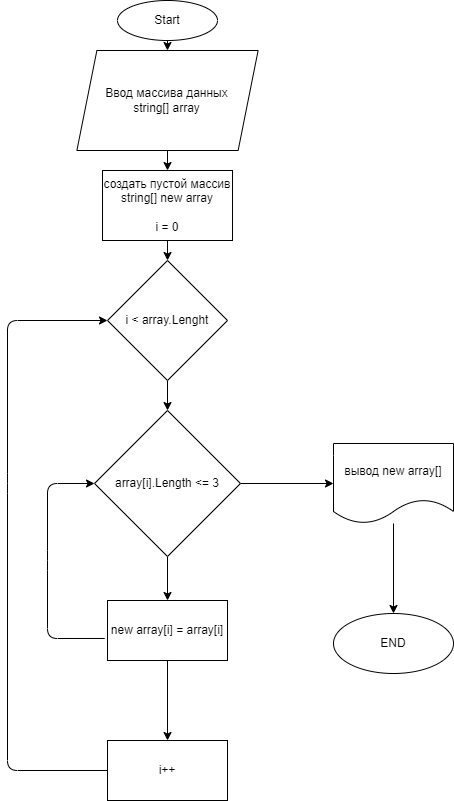
Above: diagram.drawio.png in EvgeniyTi/test_gb (draw.io), before the change. Source tidied: cells renumbered, new cells last; positions are measured from the earlier drawing's top-left corner, leaving out a move shared by most shapes.
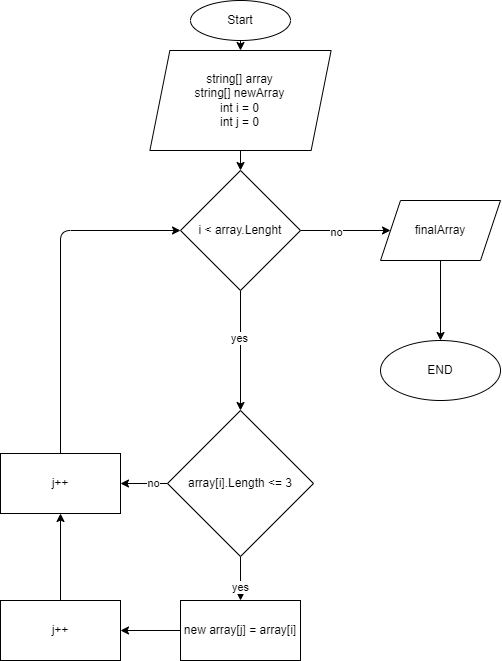
After the change.

Change to the diagram source:
```diff
@@ -8,71 +8,76 @@
     <mxCell id="3" value="Start" style="ellipse;whiteSpace=wrap;html=1;" parent="1" vertex="1">
       <mxGeometry x="110" width="100" height="40" as="geometry" />
     </mxCell>
-    <mxCell id="4" style="edgeStyle=none;html=1;" parent="1" edge="1" source="5" target="7">
-      <mxGeometry relative="1" as="geometry" />
+    <mxCell id="4" style="edgeStyle=none;html=1;" parent="1" edge="1" source="5">
+      <mxGeometry relative="1" as="geometry">
+        <mxPoint x="160" y="170" as="targetPoint" />
+      </mxGeometry>
     </mxCell>
-    <mxCell id="5" value="Ввод массива данных&lt;br&gt;string[] array" style="shape=parallelogram;perimeter=parallelogramPerimeter;whiteSpace=wrap;html=1;fixedSize=1;" parent="1" vertex="1">
+    <mxCell id="5" value="string[] array&lt;br&gt;string[] newArray&lt;br&gt;int i = 0&lt;br&gt;int j = 0" style="shape=parallelogram;perimeter=parallelogramPerimeter;whiteSpace=wrap;html=1;fixedSize=1;" parent="1" vertex="1">
       <mxGeometry x="69.4" y="50" width="181.2" height="100" as="geometry" />
     </mxCell>
-    <mxCell id="6" style="edgeStyle=none;html=1;" parent="1" edge="1" source="7" target="17">
-      <mxGeometry relative="1" as="geometry" />
-    </mxCell>
-    <mxCell id="7" value="создать пустой массив&lt;br&gt;string[] new array&lt;br&gt;&lt;br&gt;i = 0" style="whiteSpace=wrap;html=1;" parent="1" vertex="1">
-      <mxGeometry x="95" y="170" width="130" height="70" as="geometry" />
-    </mxCell>
     <mxCell id="8" style="edgeStyle=none;html=1;" parent="1" edge="1" source="10">
       <mxGeometry relative="1" as="geometry">
         <mxPoint x="160" y="600" as="targetPoint" />
       </mxGeometry>
     </mxCell>
-    <mxCell id="9" style="edgeStyle=none;html=1;" parent="1" edge="1" source="10" target="19">
-      <mxGeometry relative="1" as="geometry" />
-    </mxCell>
+    <mxCell id="21" value="yes" style="edgeLabel;html=1;align=center;verticalAlign=middle;" parent="8" vertex="1">
+      <mxGeometry x="0.42" y="-1" relative="1" as="geometry" />
+    </mxCell>
+    <mxCell id="22" style="edgeStyle=none;html=1;exitX=0;exitY=0.5;exitDx=0;exitDy=0;entryX=1;entryY=0.5;entryDx=0;entryDy=0;" parent="1" edge="1" source="10" target="31">
+      <mxGeometry relative="1" as="geometry" />
+    </mxCell>
+    <mxCell id="23" value="no" style="edgeLabel;html=1;align=center;verticalAlign=middle;" parent="22" vertex="1">
+      <mxGeometry x="-0.36" y="-1" relative="1" as="geometry" />
+    </mxCell>
     <mxCell id="10" value="array[i].Length &amp;lt;= 3" style="rhombus;whiteSpace=wrap;html=1;" parent="1" vertex="1">
       <mxGeometry x="87" y="410" width="146" height="146" as="geometry" />
     </mxCell>
     <mxCell id="11" style="edgeStyle=none;html=1;" parent="1" edge="1" source="13" target="15">
       <mxGeometry relative="1" as="geometry" />
     </mxCell>
-    <mxCell id="12" style="edgeStyle=none;html=1;entryX=0;entryY=0.5;entryDx=0;entryDy=0;exitX=-0.023;exitY=0.633;exitDx=0;exitDy=0;exitPerimeter=0;" parent="1" edge="1" source="13" target="10">
-      <mxGeometry relative="1" as="geometry">
-        <Array as="points">
-          <mxPoint x="40" y="638" />
-          <mxPoint x="40" y="560" />
-          <mxPoint x="40" y="483" />
-        </Array>
-      </mxGeometry>
-    </mxCell>
-    <mxCell id="13" value="new array[i] = array[i]" style="whiteSpace=wrap;html=1;" parent="1" vertex="1">
+    <mxCell id="13" value="new array[j] = array[i]" style="whiteSpace=wrap;html=1;" parent="1" vertex="1">
       <mxGeometry x="100" y="600" width="120" height="60" as="geometry" />
     </mxCell>
-    <mxCell id="14" style="edgeStyle=none;html=1;" parent="1" edge="1" source="15">
-      <mxGeometry relative="1" as="geometry">
-        <mxPoint x="100" y="320" as="targetPoint" />
-        <Array as="points">
-          <mxPoint y="770" />
-          <mxPoint y="483" />
-          <mxPoint y="320" />
-        </Array>
-      </mxGeometry>
-    </mxCell>
+    <mxCell id="24" style="edgeStyle=none;html=1;exitX=0.5;exitY=0;exitDx=0;exitDy=0;" parent="1" edge="1" source="15" target="31">
+      <mxGeometry relative="1" as="geometry" />
+    </mxCell>
-    <mxCell id="15" value="i++" style="whiteSpace=wrap;html=1;" parent="1" vertex="1">
-      <mxGeometry x="100" y="740" width="120" height="60" as="geometry" />
+    <mxCell id="15" value="j++" style="whiteSpace=wrap;html=1;" parent="1" vertex="1">
+      <mxGeometry x="-80" y="600" width="120" height="60" as="geometry" />
     </mxCell>
     <mxCell id="16" style="edgeStyle=none;html=1;exitX=0.5;exitY=1;exitDx=0;exitDy=0;entryX=0.5;entryY=0;entryDx=0;entryDy=0;" parent="1" edge="1" source="17" target="10">
       <mxGeometry relative="1" as="geometry" />
     </mxCell>
+    <mxCell id="25" value="yes" style="edgeLabel;html=1;align=center;verticalAlign=middle;" parent="16" vertex="1">
+      <mxGeometry x="-0.2" y="-2" relative="1" as="geometry" />
+    </mxCell>
+    <mxCell id="26" style="edgeStyle=none;html=1;" parent="1" edge="1" source="17" target="29">
+      <mxGeometry relative="1" as="geometry" />
+    </mxCell>
+    <mxCell id="27" value="no" style="edgeLabel;html=1;align=center;verticalAlign=middle;" parent="26" vertex="1">
+      <mxGeometry x="-0.22" y="-1" relative="1" as="geometry" />
+    </mxCell>
     <mxCell id="17" value="i &amp;lt; array.Lenght" style="rhombus;whiteSpace=wrap;html=1;" parent="1" vertex="1">
-      <mxGeometry x="100" y="260" width="120" height="120" as="geometry" />
+      <mxGeometry x="100" y="170" width="120" height="120" as="geometry" />
     </mxCell>
-    <mxCell id="18" style="edgeStyle=none;html=1;" parent="1" edge="1" source="19" target="20">
-      <mxGeometry relative="1" as="geometry" />
-    </mxCell>
-    <mxCell id="19" value="вывод new array[]" style="shape=document;whiteSpace=wrap;html=1;boundedLbl=1;" parent="1" vertex="1">
-      <mxGeometry x="326" y="443" width="120" height="80" as="geometry" />
-    </mxCell>
+    <mxCell id="28" style="edgeStyle=none;html=1;" parent="1" edge="1" source="29" target="20">
+      <mxGeometry relative="1" as="geometry" />
+    </mxCell>
+    <mxCell id="29" value="finalArray" style="shape=parallelogram;perimeter=parallelogramPerimeter;whiteSpace=wrap;html=1;fixedSize=1;" parent="1" vertex="1">
+      <mxGeometry x="300" y="200" width="120" height="60" as="geometry" />
+    </mxCell>
     <mxCell id="20" value="END" style="ellipse;whiteSpace=wrap;html=1;" parent="1" vertex="1">
-      <mxGeometry x="326" y="613" width="120" height="60" as="geometry" />
+      <mxGeometry x="300" y="340" width="120" height="60" as="geometry" />
     </mxCell>
+    <mxCell id="30" style="edgeStyle=none;html=1;exitX=0.5;exitY=0;exitDx=0;exitDy=0;entryX=0;entryY=0.5;entryDx=0;entryDy=0;" parent="1" edge="1" source="31" target="17">
+      <mxGeometry relative="1" as="geometry">
+        <Array as="points">
+          <mxPoint x="-20" y="230" />
+        </Array>
+      </mxGeometry>
+    </mxCell>
+    <mxCell id="31" value="j++" style="whiteSpace=wrap;html=1;" parent="1" vertex="1">
+      <mxGeometry x="-80" y="453" width="120" height="60" as="geometry" />
+    </mxCell>
   </root>
 </mxGraphModel>
```
